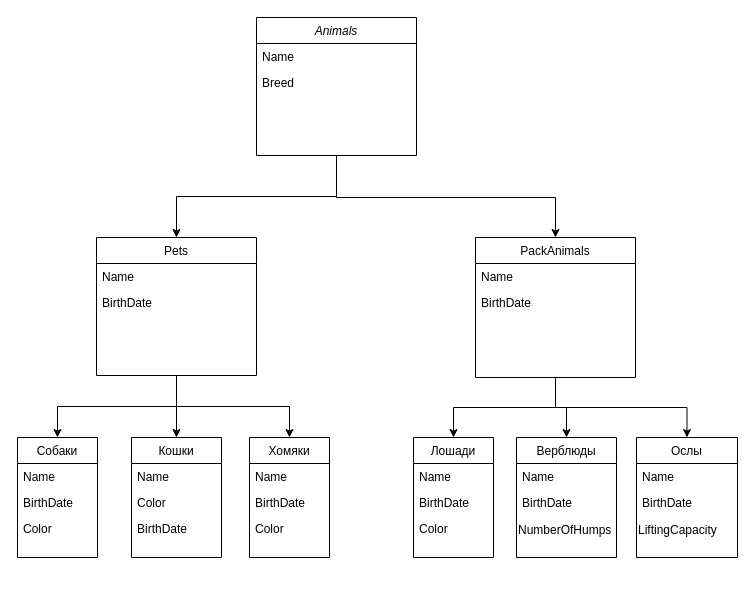
This is Animals.drawio from MuratSad/Pets, a draw.io file, before an edit. Source tidied: cells renumbered, new cells numbered last; positions are measured from the earlier drawing's top-left corner, leaving out a move shared by most shapes. Both pictures are drawn from the tidied source at 100%, with x=0, y=0 at pixel (17, 17).
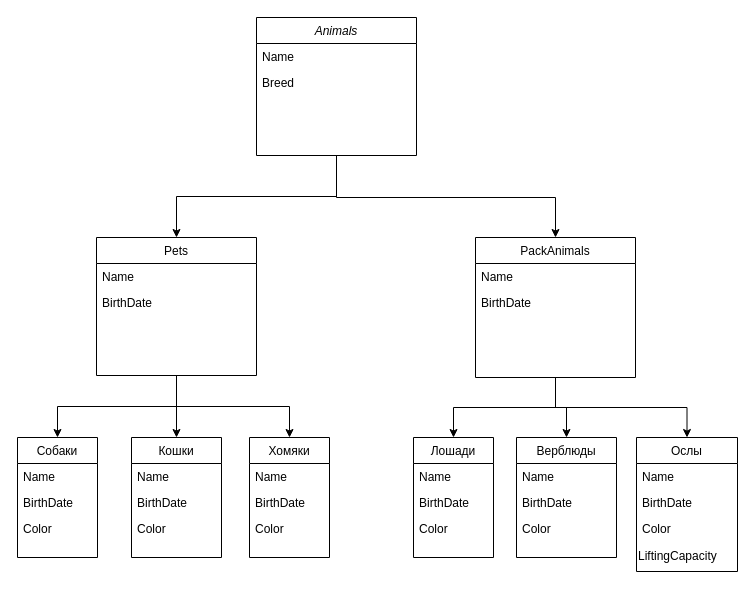
The same diagram, later.

Commit message:
refactor - rename class to AnimalRegistry.java add abstract class Animal new class AnimalRegistry,Dog,Cat,Hamster,Horse,Camel,Donkey add file Animals.drawio add fix to Animals.drawio

Unchanged cells that the change refers to:
```xml
<mxCell id="23" value="Кошки" style="swimlane;fontStyle=0;align=center;verticalAlign=top;horizontal=1;startSize=26;rounded=0;shadow=0;strokeWidth=1;" parent="1" vertex="1">
  <mxGeometry x="114" y="420" width="90" height="120" as="geometry" />
</mxCell>
<mxCell id="35" value="Верблюды" style="swimlane;fontStyle=0;align=center;verticalAlign=top;horizontal=1;startSize=26;rounded=0;shadow=0;strokeWidth=1;" parent="1" vertex="1">
  <mxGeometry x="499" y="420" width="100" height="120" as="geometry" />
</mxCell>
```

Diff of the diagram source:
```diff
@@
+    <mxCell id="26" value="BirthDate" style="text;align=left;verticalAlign=top;spacingLeft=4;spacingRight=4;overflow=hidden;rounded=0;shadow=0;html=0;" parent="23" vertex="1">
+      <mxGeometry y="52" width="90" height="26" as="geometry" />
+    </mxCell>
     <mxCell id="25" value="Color" style="text;align=left;verticalAlign=top;spacingLeft=4;spacingRight=4;overflow=hidden;rounded=0;shadow=0;html=0;" parent="23" vertex="1">
-      <mxGeometry y="52" width="90" height="26" as="geometry" />
+      <mxGeometry y="78" width="90" height="26" as="geometry" />
     </mxCell>
-    <mxCell id="26" value="BirthDate" style="text;align=left;verticalAlign=top;spacingLeft=4;spacingRight=4;overflow=hidden;rounded=0;shadow=0;html=0;" parent="23" vertex="1">
-      <mxGeometry y="78" width="90" height="26" as="geometry" />
-    </mxCell>
@@
-    <mxCell id="38" value="NumberOfHumps" style="text;html=1;align=left;verticalAlign=middle;strokeColor=none;fillColor=none;" parent="35" vertex="1">
-      <mxGeometry y="78" width="100" height="30" as="geometry" />
-    </mxCell>
+    <mxCell id="43" value="Color" style="text;align=left;verticalAlign=top;spacingLeft=4;spacingRight=4;overflow=hidden;rounded=0;shadow=0;html=0;" parent="35" vertex="1">
+      <mxGeometry y="78" width="100" height="26" as="geometry" />
+    </mxCell>
     <mxCell id="39" value="Ослы" style="swimlane;fontStyle=0;align=center;verticalAlign=top;horizontal=1;startSize=26;rounded=0;shadow=0;strokeWidth=1;" parent="1" vertex="1">
-      <mxGeometry x="619" y="420" width="101" height="120" as="geometry" />
+      <mxGeometry x="619" y="420" width="101" height="134" as="geometry" />
     </mxCell>
@@
+    <mxCell id="44" value="Color" style="text;align=left;verticalAlign=top;spacingLeft=4;spacingRight=4;overflow=hidden;rounded=0;shadow=0;html=0;" parent="39" vertex="1">
+      <mxGeometry y="78" width="101" height="26" as="geometry" />
+    </mxCell>
     <mxCell id="42" value="LiftingCapacity" style="text;html=1;align=left;verticalAlign=middle;strokeColor=none;fillColor=none;" parent="39" vertex="1">
-      <mxGeometry y="78" width="101" height="30" as="geometry" />
+      <mxGeometry y="104" width="101" height="30" as="geometry" />
     </mxCell>
```
